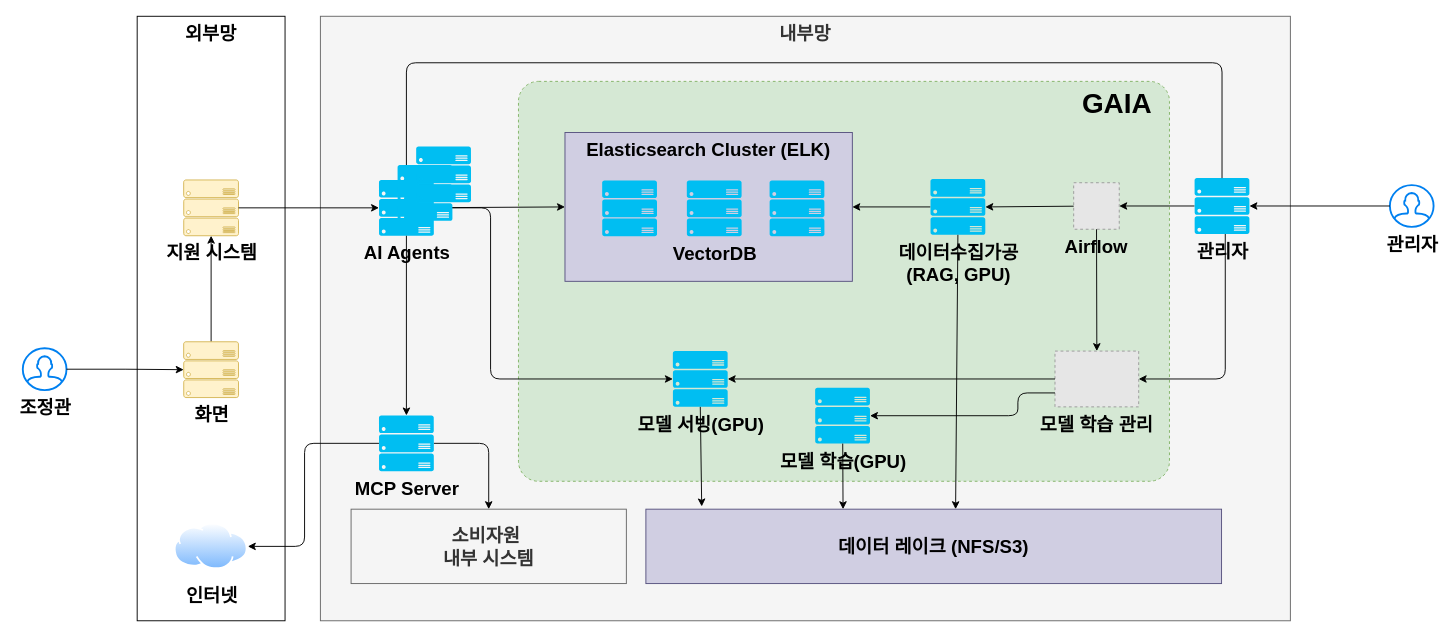
The draw.io diagram page "서버구성(2차년도)" (10 of 11) of docs/KCA.drawio in eunpa/KCA, before the edit. Source tidied: cells renumbered, new cells numbered last; positions are measured from the earlier drawing's top-left corner, leaving out a move shared by most shapes. Both pictures are drawn from the tidied source at 93%, with x=0, y=0 at pixel (22, 16). Pictures stored in the file or linked from it are replaced by grey dashed boxes.
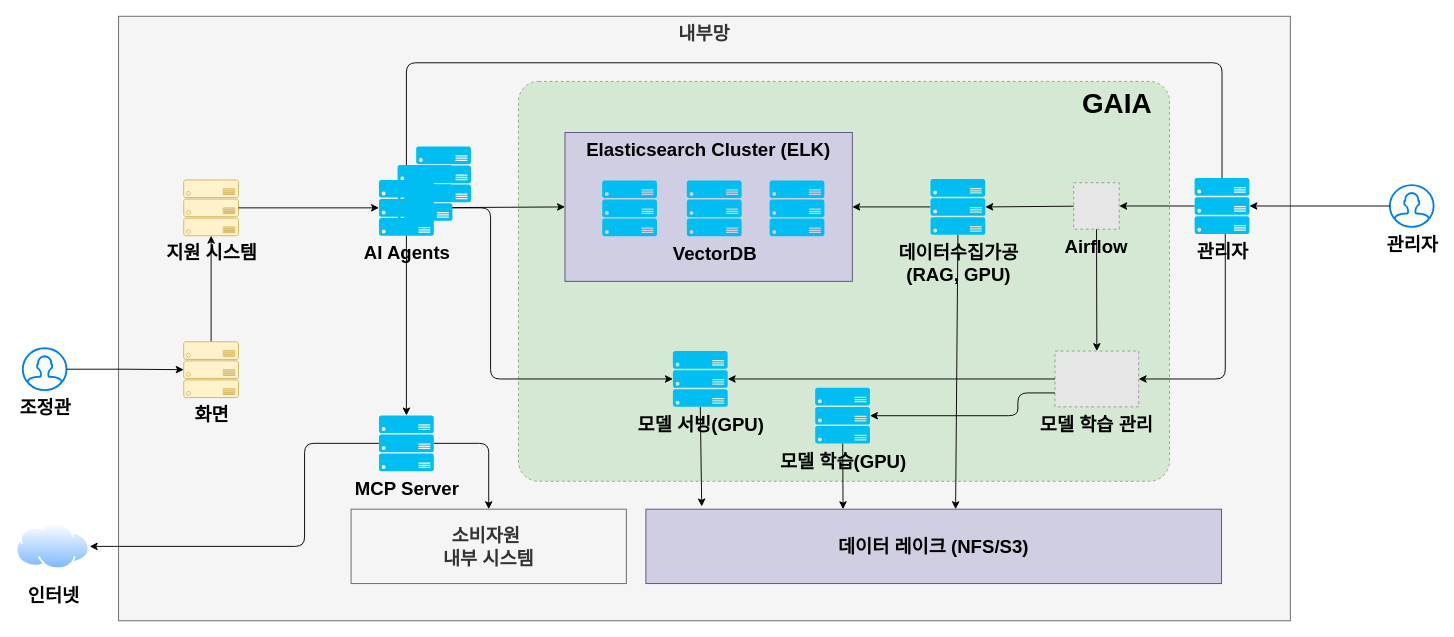
The same page after the edit.

The edit, as a diff of the source:
```diff
@@
     <mxCell id="2" value="내부망" style="whiteSpace=wrap;html=1;fontStyle=1;verticalAlign=top;fontSize=20;fillColor=#f5f5f5;fontColor=#333333;strokeColor=#666666;" parent="1" vertex="1">
-      <mxGeometry x="320" width="1043" height="650" as="geometry" />
+      <mxGeometry x="103" width="1260" height="650" as="geometry" />
     </mxCell>
@@
-    <mxCell id="13" value="외부망" style="whiteSpace=wrap;html=1;fontStyle=1;verticalAlign=top;fontSize=20;" parent="1" vertex="1">
-      <mxGeometry x="123" width="159" height="650" as="geometry" />
-    </mxCell>
@@
     <mxCell id="21" value="인터넷" style="image;perimeter=ellipsePerimeter;html=1;align=center;shadow=0;dashed=0;spacingTop=3;image=img/lib/active_directory/internet_cloud.svg;fontSize=20;fontStyle=1;" parent="1" vertex="1">
-      <mxGeometry x="163" y="539.2" width="79" height="61.5" as="geometry" />
+      <mxGeometry x="-7" y="539.2" width="79" height="61.5" as="geometry" />
     </mxCell>
```
